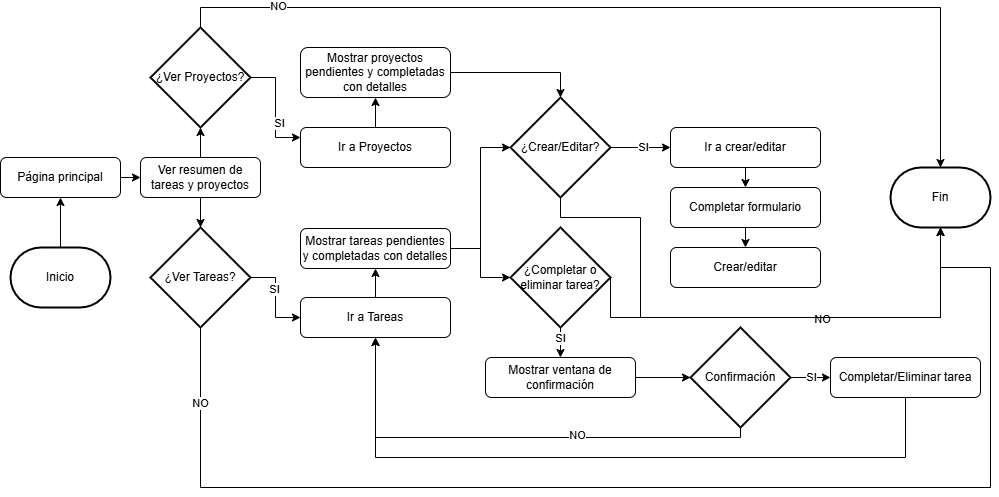
Above: Diagrama_flujo.png in IvanTangZhu19/AppGestionTareas (draw.io), before the change. Source tidied: cells renumbered, new cells last; positions are measured from the earlier drawing's top-left corner, leaving out a move shared by most shapes.
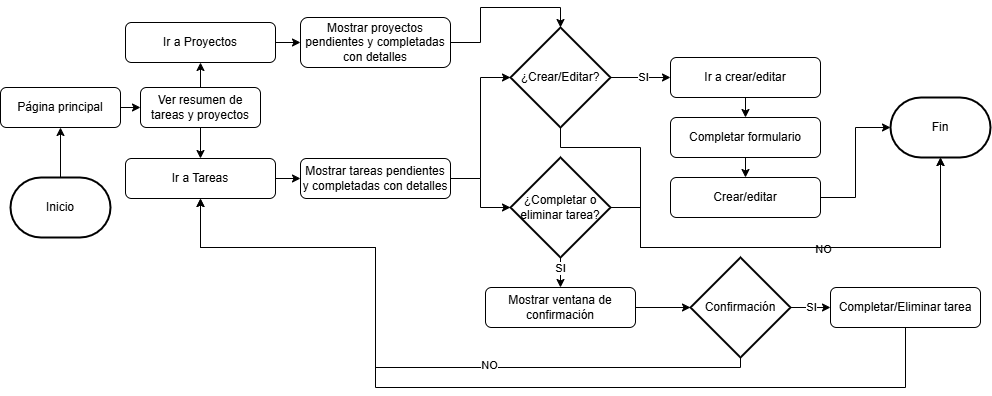
After the commit.

Commit message:
Cambio de diagrama de flujo

Change to the diagram source:
```diff
@@ -14,50 +14,32 @@
     <mxCell id="5" value="Página principal" style="rounded=1;whiteSpace=wrap;html=1;fontSize=12;glass=0;strokeWidth=1;shadow=0;" parent="1" vertex="1">
       <mxGeometry y="130" width="120" height="40" as="geometry" />
     </mxCell>
-    <mxCell id="6" style="edgeStyle=orthogonalEdgeStyle;rounded=0;jettySize=auto;html=1;exitX=1;exitY=0.5;exitDx=0;exitDy=0;exitPerimeter=0;entryX=0;entryY=0.5;entryDx=0;entryDy=0;" parent="1" edge="1" source="8" target="15">
-      <mxGeometry relative="1" as="geometry" />
-    </mxCell>
-    <mxCell id="7" value="SI" style="edgeLabel;html=1;align=center;verticalAlign=middle;" parent="6" vertex="1">
-      <mxGeometry x="-0.2" y="-2" relative="1" as="geometry" />
-    </mxCell>
-    <mxCell id="8" value="¿Ver Tareas?" style="strokeWidth=2;html=1;shape=mxgraph.flowchart.decision;whiteSpace=wrap;" parent="1" vertex="1">
-      <mxGeometry x="150" y="200" width="100" height="100" as="geometry" />
-    </mxCell>
+    <mxCell id="52" style="edgeStyle=orthogonalEdgeStyle;rounded=0;jettySize=auto;html=1;exitX=0.5;exitY=0;exitDx=0;exitDy=0;entryX=0.5;entryY=1;entryDx=0;entryDy=0;" parent="1" edge="1" source="9" target="20">
+      <mxGeometry relative="1" as="geometry" />
+    </mxCell>
+    <mxCell id="53" style="edgeStyle=orthogonalEdgeStyle;rounded=0;jettySize=auto;html=1;exitX=0.5;exitY=1;exitDx=0;exitDy=0;entryX=0.5;entryY=0;entryDx=0;entryDy=0;" parent="1" edge="1" source="9" target="15">
+      <mxGeometry relative="1" as="geometry" />
+    </mxCell>
     <mxCell id="9" value="Ver resumen de tareas y proyectos" style="rounded=1;whiteSpace=wrap;html=1;fontSize=12;glass=0;strokeWidth=1;shadow=0;" parent="1" vertex="1">
       <mxGeometry x="140" y="130" width="120" height="40" as="geometry" />
     </mxCell>
-    <mxCell id="10" style="edgeStyle=orthogonalEdgeStyle;rounded=0;jettySize=auto;html=1;exitX=1;exitY=0.5;exitDx=0;exitDy=0;exitPerimeter=0;entryX=0;entryY=0.25;entryDx=0;entryDy=0;" parent="1" edge="1" source="12" target="20">
-      <mxGeometry relative="1" as="geometry" />
-    </mxCell>
-    <mxCell id="11" value="SI" style="edgeLabel;html=1;align=center;verticalAlign=middle;" parent="10" vertex="1">
-      <mxGeometry x="0.27" y="3" relative="1" as="geometry" />
-    </mxCell>
-    <mxCell id="12" value="¿Ver Proyectos?" style="strokeWidth=2;html=1;shape=mxgraph.flowchart.decision;whiteSpace=wrap;" parent="1" vertex="1">
-      <mxGeometry x="150" width="100" height="100" as="geometry" />
-    </mxCell>
-    <mxCell id="13" style="edgeStyle=orthogonalEdgeStyle;rounded=0;jettySize=auto;html=1;exitX=0.5;exitY=1;exitDx=0;exitDy=0;entryX=0.5;entryY=0;entryDx=0;entryDy=0;entryPerimeter=0;" parent="1" edge="1" source="9" target="8">
-      <mxGeometry relative="1" as="geometry" />
-    </mxCell>
-    <mxCell id="14" style="edgeStyle=orthogonalEdgeStyle;rounded=0;jettySize=auto;html=1;exitX=0.5;exitY=0;exitDx=0;exitDy=0;entryX=0.5;entryY=1;entryDx=0;entryDy=0;" parent="1" edge="1" source="15" target="17">
+    <mxCell id="14" style="edgeStyle=orthogonalEdgeStyle;rounded=0;jettySize=auto;html=1;exitX=1;exitY=0.5;exitDx=0;exitDy=0;entryX=0;entryY=0.5;entryDx=0;entryDy=0;" parent="1" edge="1" source="15" target="17">
       <mxGeometry relative="1" as="geometry" />
     </mxCell>
     <mxCell id="15" value="Ir a Tareas" style="rounded=1;whiteSpace=wrap;html=1;fontSize=12;glass=0;strokeWidth=1;shadow=0;" parent="1" vertex="1">
-      <mxGeometry x="300" y="270" width="150" height="40" as="geometry" />
+      <mxGeometry x="125" y="201" width="150" height="40" as="geometry" />
     </mxCell>
     <mxCell id="16" value="Mostrar proyectos pendientes y completadas con detalles" style="rounded=1;whiteSpace=wrap;html=1;fontSize=12;glass=0;strokeWidth=1;shadow=0;" parent="1" vertex="1">
-      <mxGeometry x="300" y="20" width="150" height="50" as="geometry" />
+      <mxGeometry x="300" y="60" width="150" height="50" as="geometry" />
     </mxCell>
     <mxCell id="17" value="Mostrar tareas pendientes y completadas con detalles" style="rounded=1;whiteSpace=wrap;html=1;fontSize=12;glass=0;strokeWidth=1;shadow=0;" parent="1" vertex="1">
       <mxGeometry x="300" y="201" width="150" height="40" as="geometry" />
     </mxCell>
-    <mxCell id="18" style="edgeStyle=orthogonalEdgeStyle;rounded=0;jettySize=auto;html=1;exitX=0.5;exitY=0;exitDx=0;exitDy=0;entryX=0.5;entryY=1;entryDx=0;entryDy=0;entryPerimeter=0;" parent="1" edge="1" source="9" target="12">
-      <mxGeometry relative="1" as="geometry" />
-    </mxCell>
-    <mxCell id="19" style="edgeStyle=orthogonalEdgeStyle;rounded=0;jettySize=auto;html=1;exitX=0.5;exitY=0;exitDx=0;exitDy=0;entryX=0.5;entryY=1;entryDx=0;entryDy=0;" parent="1" edge="1" source="20" target="16">
+    <mxCell id="19" style="edgeStyle=orthogonalEdgeStyle;rounded=0;jettySize=auto;html=1;exitX=1;exitY=0.5;exitDx=0;exitDy=0;entryX=0;entryY=0.5;entryDx=0;entryDy=0;" parent="1" edge="1" source="20" target="16">
       <mxGeometry relative="1" as="geometry" />
     </mxCell>
     <mxCell id="20" value="Ir a Proyectos" style="rounded=1;whiteSpace=wrap;html=1;fontSize=12;glass=0;strokeWidth=1;shadow=0;" parent="1" vertex="1">
-      <mxGeometry x="300" y="100" width="150" height="40" as="geometry" />
+      <mxGeometry x="125" y="65" width="150" height="40" as="geometry" />
     </mxCell>
     <mxCell id="21" style="edgeStyle=orthogonalEdgeStyle;rounded=0;jettySize=auto;html=1;exitX=1;exitY=0.5;exitDx=0;exitDy=0;exitPerimeter=0;entryX=0;entryY=0.5;entryDx=0;entryDy=0;" parent="1" edge="1" source="23" target="27">
       <mxGeometry relative="1" as="geometry" />
@@ -112,6 +94,8 @@
         <Array as="points">
           <mxPoint x="740" y="410" />
           <mxPoint x="375" y="410" />
+          <mxPoint x="375" y="290" />
+          <mxPoint x="200" y="290" />
         </Array>
       </mxGeometry>
     </mxCell>
@@ -135,35 +119,19 @@
         <Array as="points">
           <mxPoint x="905" y="430" />
           <mxPoint x="375" y="430" />
+          <mxPoint x="375" y="290" />
+          <mxPoint x="200" y="290" />
         </Array>
       </mxGeometry>
     </mxCell>
     <mxCell id="44" value="Completar/Eliminar tarea" style="rounded=1;whiteSpace=wrap;html=1;fontSize=12;glass=0;strokeWidth=1;shadow=0;" parent="1" vertex="1">
       <mxGeometry x="830" y="330" width="150" height="40" as="geometry" />
     </mxCell>
-    <mxCell id="45" style="edgeStyle=orthogonalEdgeStyle;rounded=0;jettySize=auto;html=1;exitX=0.5;exitY=1;exitDx=0;exitDy=0;exitPerimeter=0;entryX=0.5;entryY=1;entryDx=0;entryDy=0;entryPerimeter=0;" parent="1" edge="1" source="8" target="35">
-      <mxGeometry relative="1" as="geometry">
-        <Array as="points">
-          <mxPoint x="200" y="460" />
-          <mxPoint x="990" y="460" />
-          <mxPoint x="990" y="240" />
-          <mxPoint x="940" y="240" />
-        </Array>
-      </mxGeometry>
-    </mxCell>
-    <mxCell id="46" value="NO" style="edgeLabel;html=1;align=center;verticalAlign=middle;" parent="45" vertex="1">
-      <mxGeometry x="-0.88" y="-1" relative="1" as="geometry" />
-    </mxCell>
-    <mxCell id="47" style="edgeStyle=orthogonalEdgeStyle;rounded=0;jettySize=auto;html=1;exitX=0.5;exitY=0;exitDx=0;exitDy=0;exitPerimeter=0;entryX=0.5;entryY=0;entryDx=0;entryDy=0;entryPerimeter=0;" parent="1" edge="1" source="12" target="35">
-      <mxGeometry relative="1" as="geometry" />
-    </mxCell>
-    <mxCell id="48" value="NO" style="edgeLabel;html=1;align=center;verticalAlign=middle;" parent="47" vertex="1">
-      <mxGeometry x="-0.79" y="2" relative="1" as="geometry" />
-    </mxCell>
     <mxCell id="49" style="edgeStyle=orthogonalEdgeStyle;rounded=0;jettySize=auto;html=1;exitX=1;exitY=0.5;exitDx=0;exitDy=0;exitPerimeter=0;entryX=0.5;entryY=1;entryDx=0;entryDy=0;entryPerimeter=0;" parent="1" edge="1" source="33" target="35">
       <mxGeometry relative="1" as="geometry">
         <Array as="points">
-          <mxPoint x="610" y="290" />
+          <mxPoint x="640" y="250" />
+          <mxPoint x="640" y="290" />
           <mxPoint x="940" y="290" />
         </Array>
       </mxGeometry>
@@ -181,5 +149,8 @@
         </Array>
       </mxGeometry>
     </mxCell>
+    <mxCell id="54" style="edgeStyle=orthogonalEdgeStyle;rounded=0;jettySize=auto;html=1;exitX=1;exitY=0.5;exitDx=0;exitDy=0;entryX=0;entryY=0.5;entryDx=0;entryDy=0;entryPerimeter=0;" parent="1" edge="1" source="30" target="35">
+      <mxGeometry relative="1" as="geometry" />
+    </mxCell>
   </root>
 </mxGraphModel>
```
